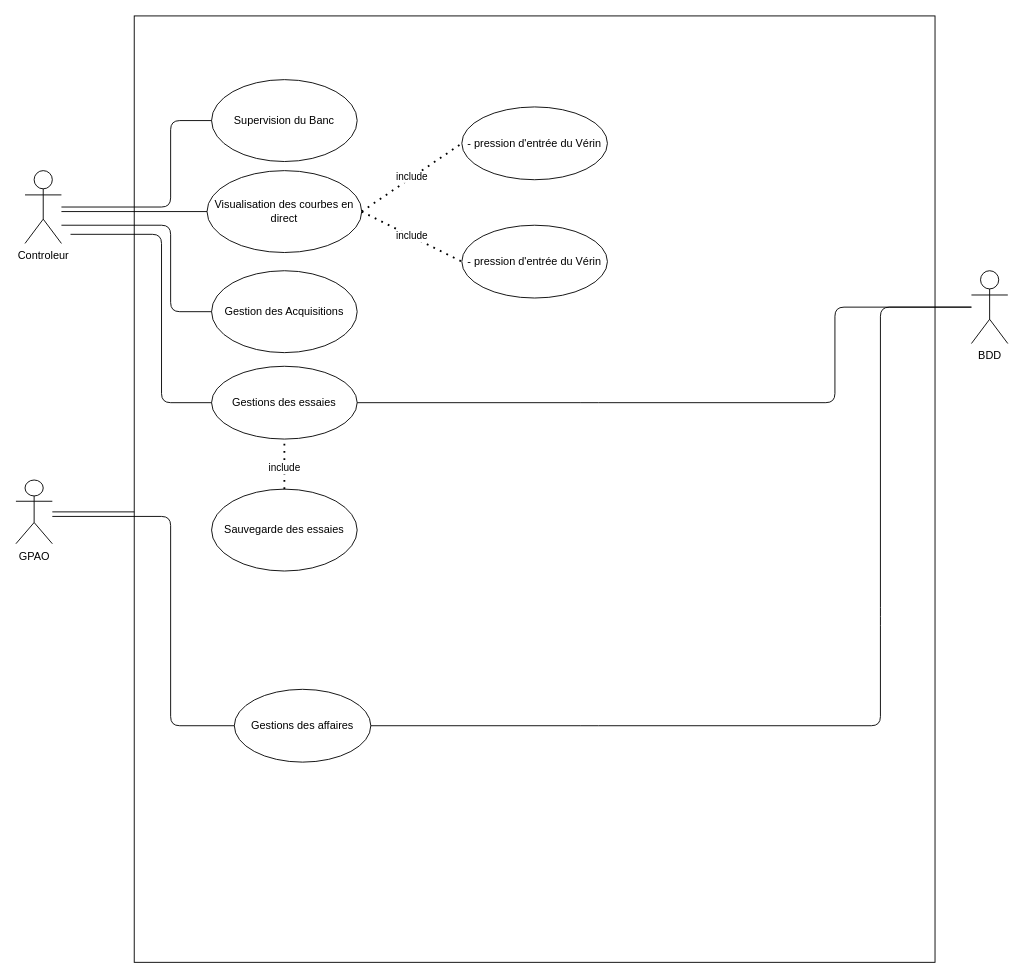
Earlier version of the draw.io diagram diagrammeDUtilisation.drawio (MRCThomas/testDeVerinSurBancHydraulique). Source tidied: cells renumbered, new cells numbered last; positions are measured from the earlier drawing's top-left corner, leaving out a move shared by most shapes. Both pictures are drawn from the tidied source at 91%, with x=0, y=0 at pixel (15, 15).
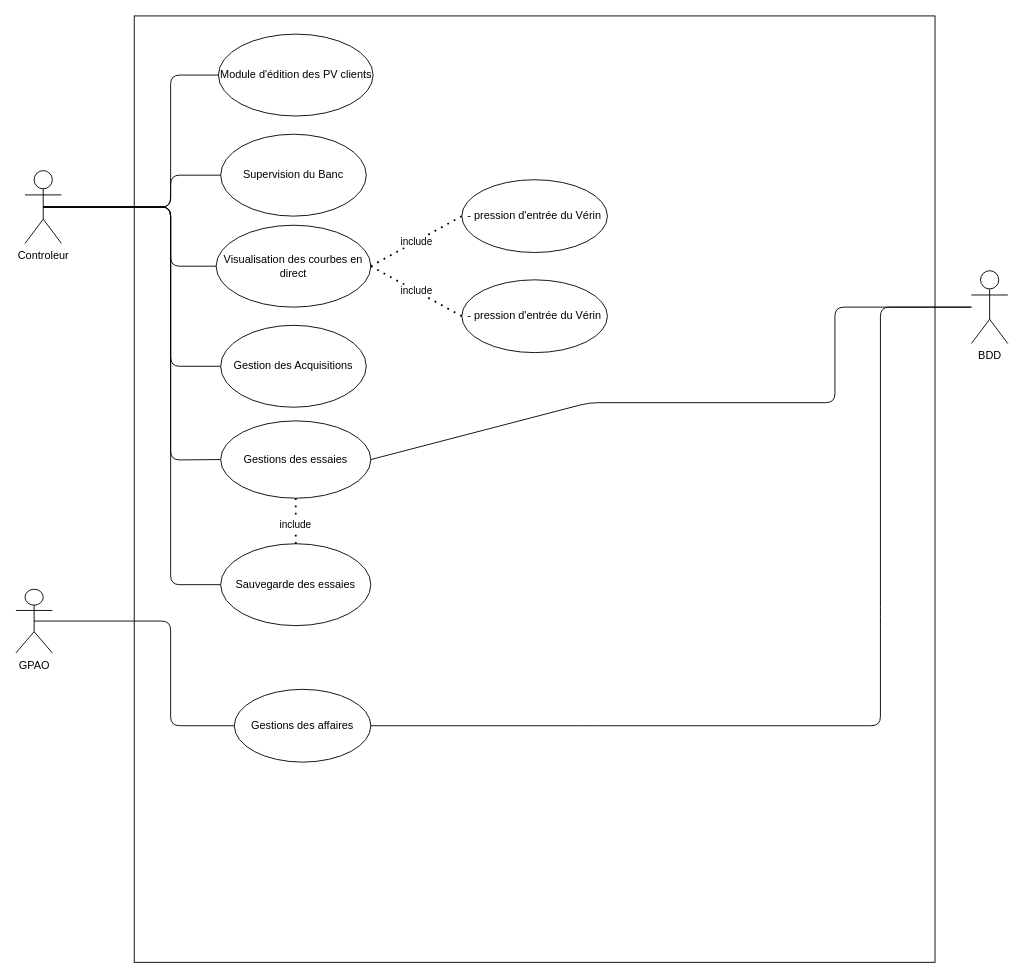
After the change.

The change refers to these unchanged cells:
```xml
<mxCell id="2" value="Controleur&lt;br&gt;" style="shape=umlActor;verticalLabelPosition=bottom;verticalAlign=top;html=1;outlineConnect=0;" parent="1" vertex="1">
  <mxGeometry x="10" y="170" width="40" height="80" as="geometry" />
</mxCell>
<mxCell id="10" value="Gestions des affaires" style="ellipse;whiteSpace=wrap;html=1;" parent="1" vertex="1">
  <mxGeometry x="240" y="740" width="150" height="80" as="geometry" />
</mxCell>
```

Diff of the diagram source:
```diff
@@
-    <mxCell id="3" style="edgeStyle=none;html=1;entryX=0.5;entryY=0;entryDx=0;entryDy=0;" parent="1" edge="1" source="4" target="10">
-      <mxGeometry relative="1" as="geometry">
-        <Array as="points">
-          <mxPoint x="170" y="545" />
-          <mxPoint x="170" y="680" />
-          <mxPoint x="315" y="680" />
-        </Array>
-      </mxGeometry>
-    </mxCell>
     <mxCell id="4" value="GPAO" style="shape=umlActor;verticalLabelPosition=bottom;verticalAlign=top;html=1;outlineConnect=0;" parent="1" vertex="1">
-      <mxGeometry y="510" width="40" height="70" as="geometry" />
+      <mxGeometry y="630" width="40" height="70" as="geometry" />
     </mxCell>
@@
     <mxCell id="7" value="Supervision du Banc" style="ellipse;whiteSpace=wrap;html=1;" parent="1" vertex="1">
-      <mxGeometry x="215" y="70" width="160" height="90" as="geometry" />
+      <mxGeometry x="225" y="130" width="160" height="90" as="geometry" />
     </mxCell>
     <mxCell id="8" value="Visualisation des courbes en direct" style="ellipse;whiteSpace=wrap;html=1;" parent="1" vertex="1">
-      <mxGeometry x="210" y="170" width="170" height="90" as="geometry" />
+      <mxGeometry x="220" y="230" width="170" height="90" as="geometry" />
     </mxCell>
     <mxCell id="9" value="Gestions des essaies" style="ellipse;whiteSpace=wrap;html=1;" parent="1" vertex="1">
-      <mxGeometry x="215" y="385" width="160" height="80" as="geometry" />
+      <mxGeometry x="225" y="445" width="165" height="85" as="geometry" />
     </mxCell>
@@
     <mxCell id="11" value="Gestion des Acquisitions" style="ellipse;whiteSpace=wrap;html=1;" parent="1" vertex="1">
-      <mxGeometry x="215" y="280" width="160" height="90" as="geometry" />
+      <mxGeometry x="225" y="340" width="160" height="90" as="geometry" />
     </mxCell>
@@
     <mxCell id="13" value="- pression d'entrée du Vérin" style="ellipse;whiteSpace=wrap;html=1;" parent="1" vertex="1">
-      <mxGeometry x="490" y="100" width="160" height="80" as="geometry" />
+      <mxGeometry x="490" y="180" width="160" height="80" as="geometry" />
     </mxCell>
@@
     <mxCell id="16" value="Sauvegarde des essaies" style="ellipse;whiteSpace=wrap;html=1;" parent="1" vertex="1">
-      <mxGeometry x="215" y="520" width="160" height="90" as="geometry" />
+      <mxGeometry x="225" y="580" width="165" height="90" as="geometry" />
     </mxCell>
@@
-    <mxCell id="19" style="endArrow=none;html=1;entryX=0;entryY=0.5;entryDx=0;entryDy=0;" parent="1" edge="1" target="10">
+    <mxCell id="19" style="endArrow=none;html=1;entryX=0;entryY=0.5;entryDx=0;entryDy=0;exitX=0.5;exitY=0.5;exitDx=0;exitDy=0;exitPerimeter=0;" parent="1" edge="1" source="4" target="10">
       <mxGeometry relative="1" as="geometry">
-        <mxPoint x="40" y="550" as="sourcePoint" />
         <Array as="points">
-          <mxPoint x="170" y="550" />
+          <mxPoint x="170" y="665" />
           <mxPoint x="170" y="780" />
         </Array>
       </mxGeometry>
     </mxCell>
-    <mxCell id="20" style="endArrow=none;html=1;entryX=0;entryY=0.5;entryDx=0;entryDy=0;" parent="1" edge="1" source="2" target="7">
-      <mxGeometry relative="1" as="geometry">
-        <Array as="points">
-          <mxPoint x="170" y="210" />
-          <mxPoint x="170" y="115" />
-        </Array>
-      </mxGeometry>
-    </mxCell>
     <mxCell id="21" value="- pression d'entrée du Vérin" style="ellipse;whiteSpace=wrap;html=1;" parent="1" vertex="1">
-      <mxGeometry x="490" y="230" width="160" height="80" as="geometry" />
+      <mxGeometry x="490" y="290" width="160" height="80" as="geometry" />
     </mxCell>
@@
-    <mxCell id="23" style="endArrow=none;html=1;entryX=0;entryY=0.5;entryDx=0;entryDy=0;" parent="1" edge="1" target="8">
-      <mxGeometry relative="1" as="geometry">
-        <mxPoint x="50" y="215" as="sourcePoint" />
-      </mxGeometry>
-    </mxCell>
-    <mxCell id="24" style="endArrow=none;html=1;entryX=0;entryY=0.5;entryDx=0;entryDy=0;" parent="1" edge="1" target="11">
-      <mxGeometry relative="1" as="geometry">
-        <mxPoint x="50" y="230" as="sourcePoint" />
-        <Array as="points">
-          <mxPoint x="170" y="230" />
-          <mxPoint x="170" y="325" />
-        </Array>
-      </mxGeometry>
-    </mxCell>
-    <mxCell id="25" style="endArrow=none;html=1;entryX=0;entryY=0.5;entryDx=0;entryDy=0;" parent="1" edge="1" target="9">
-      <mxGeometry relative="1" as="geometry">
-        <mxPoint x="60" y="240" as="sourcePoint" />
-        <Array as="points">
-          <mxPoint x="160" y="240" />
-          <mxPoint x="160" y="425" />
-        </Array>
-      </mxGeometry>
-    </mxCell>
+    <mxCell id="26" value="Module d'édition des PV clients" style="ellipse;whiteSpace=wrap;html=1;" parent="1" vertex="1">
+      <mxGeometry x="222.5" y="20" width="170" height="90" as="geometry" />
+    </mxCell>
+    <mxCell id="27" style="endArrow=none;html=1;exitX=0.5;exitY=0.5;exitDx=0;exitDy=0;exitPerimeter=0;entryX=0;entryY=0.5;entryDx=0;entryDy=0;" parent="1" edge="1" source="2" target="8">
+      <mxGeometry relative="1" as="geometry">
+        <Array as="points">
+          <mxPoint x="170" y="210" />
+          <mxPoint x="170" y="275" />
+        </Array>
+      </mxGeometry>
+    </mxCell>
+    <mxCell id="28" style="endArrow=none;html=1;exitX=0.5;exitY=0.5;exitDx=0;exitDy=0;exitPerimeter=0;entryX=0;entryY=0.5;entryDx=0;entryDy=0;" parent="1" edge="1" source="2" target="9">
+      <mxGeometry relative="1" as="geometry">
+        <Array as="points">
+          <mxPoint x="170" y="210" />
+          <mxPoint x="170" y="488" />
+        </Array>
+      </mxGeometry>
+    </mxCell>
+    <mxCell id="20" style="endArrow=none;html=1;exitX=0.5;exitY=0.5;exitDx=0;exitDy=0;exitPerimeter=0;entryX=0;entryY=0.5;entryDx=0;entryDy=0;" parent="1" edge="1" source="2" target="7">
+      <mxGeometry relative="1" as="geometry">
+        <Array as="points">
+          <mxPoint x="170" y="210" />
+          <mxPoint x="170" y="175" />
+        </Array>
+      </mxGeometry>
+    </mxCell>
+    <mxCell id="29" style="endArrow=none;html=1;exitX=0.5;exitY=0.5;exitDx=0;exitDy=0;exitPerimeter=0;entryX=0;entryY=0.5;entryDx=0;entryDy=0;" parent="1" edge="1" source="2" target="11">
+      <mxGeometry relative="1" as="geometry">
+        <Array as="points">
+          <mxPoint x="170" y="210" />
+          <mxPoint x="170" y="385" />
+        </Array>
+      </mxGeometry>
+    </mxCell>
+    <mxCell id="30" style="endArrow=none;html=1;exitX=0.5;exitY=0.5;exitDx=0;exitDy=0;exitPerimeter=0;entryX=0;entryY=0.5;entryDx=0;entryDy=0;" parent="1" edge="1" source="2" target="16">
+      <mxGeometry relative="1" as="geometry">
+        <Array as="points">
+          <mxPoint x="170" y="210" />
+          <mxPoint x="170" y="625" />
+        </Array>
+      </mxGeometry>
+    </mxCell>
+    <mxCell id="31" style="endArrow=none;html=1;exitX=0.5;exitY=0.5;exitDx=0;exitDy=0;exitPerimeter=0;entryX=0;entryY=0.5;entryDx=0;entryDy=0;" parent="1" edge="1" source="2" target="26">
+      <mxGeometry relative="1" as="geometry">
+        <Array as="points">
+          <mxPoint x="170" y="210" />
+          <mxPoint x="170" y="65" />
+        </Array>
+      </mxGeometry>
+    </mxCell>
```
